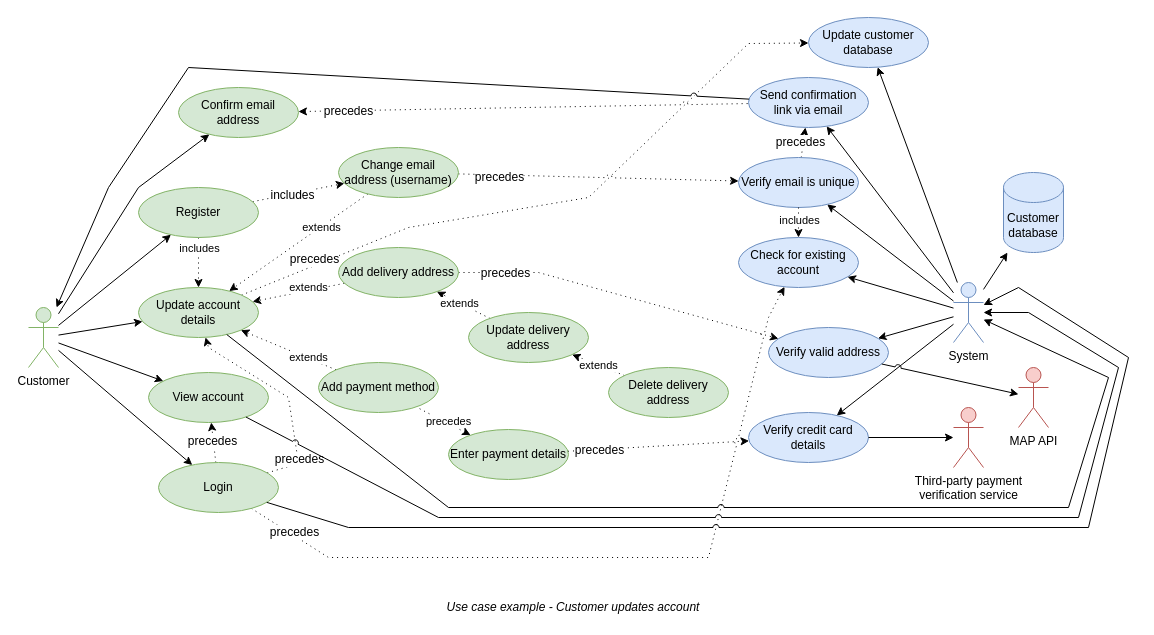
catoja1107/diagrams_net keeps this draw.io diagram as Use_case2.drawio. Above is the earlier version. Source tidied: cells renumbered, new cells numbered last; positions are measured from the earlier drawing's top-left corner, leaving out a move shared by most shapes. Both pictures are drawn from the tidied source at 100%, with x=0, y=0 at pixel (28, 17).
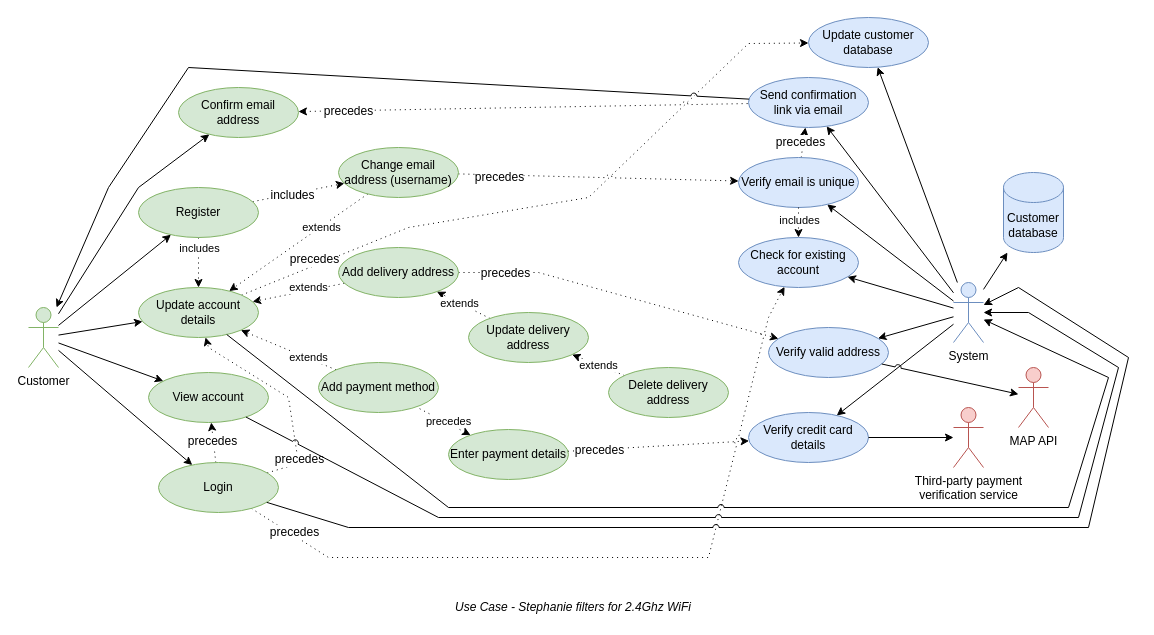
After the change.

Diff of the diagram source:
```diff
@@
-    <mxCell id="79" value="Use case example - Customer updates account" style="text;html=1;strokeColor=none;fillColor=none;align=center;verticalAlign=middle;whiteSpace=wrap;rounded=0;fontSize=12;fontStyle=2;" parent="1" vertex="1">
+    <mxCell id="79" value="Use Case - Stephanie filters for 2.4Ghz WiFi" style="text;html=1;strokeColor=none;fillColor=none;align=center;verticalAlign=middle;whiteSpace=wrap;rounded=0;fontSize=12;fontStyle=2;" parent="1" vertex="1">
       <mxGeometry x="350" y="580" width="390" height="20" as="geometry" />
     </mxCell>
```
